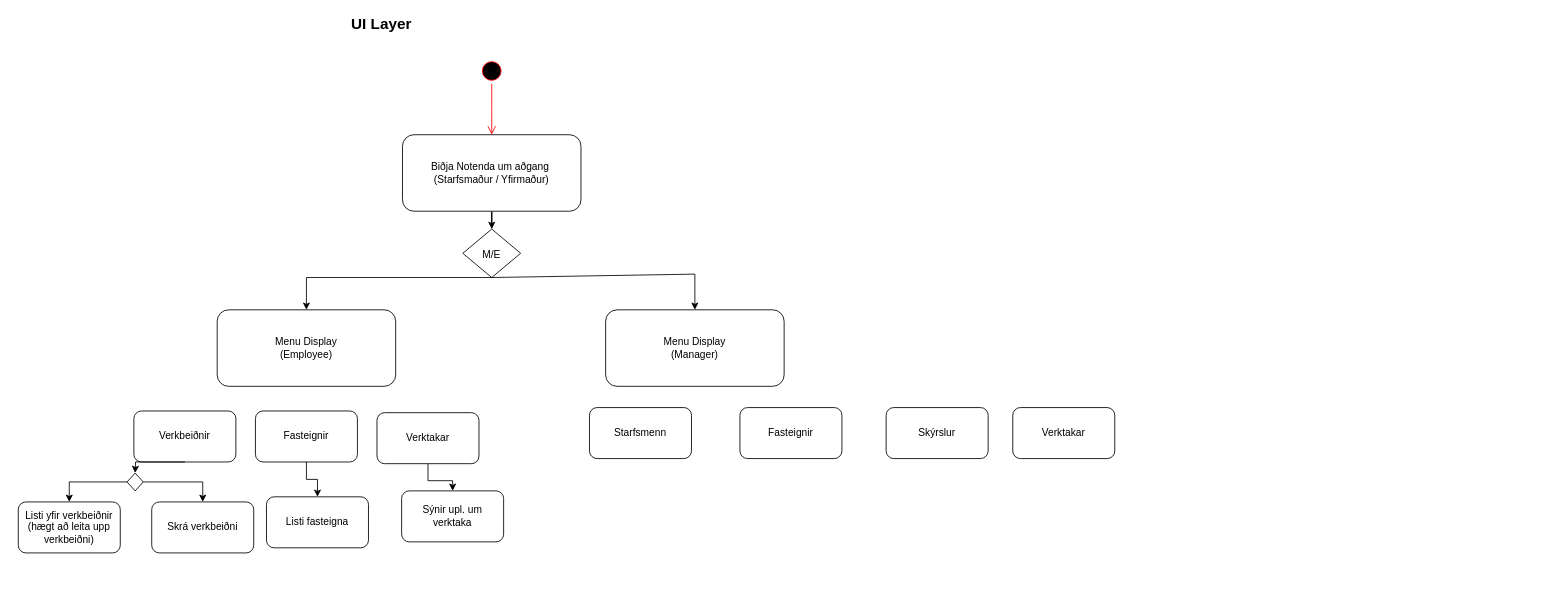
Earlier version of the draw.io diagram design/rit/Untitled Diagram.drawio (Sesslja/Verklegtnamskeid-1). Source tidied: cells renumbered, new cells numbered last; positions are measured from the earlier drawing's top-left corner, leaving out a move shared by most shapes. Both pictures are drawn from the tidied source at 85%, with x=0, y=0 at pixel (18, 15).
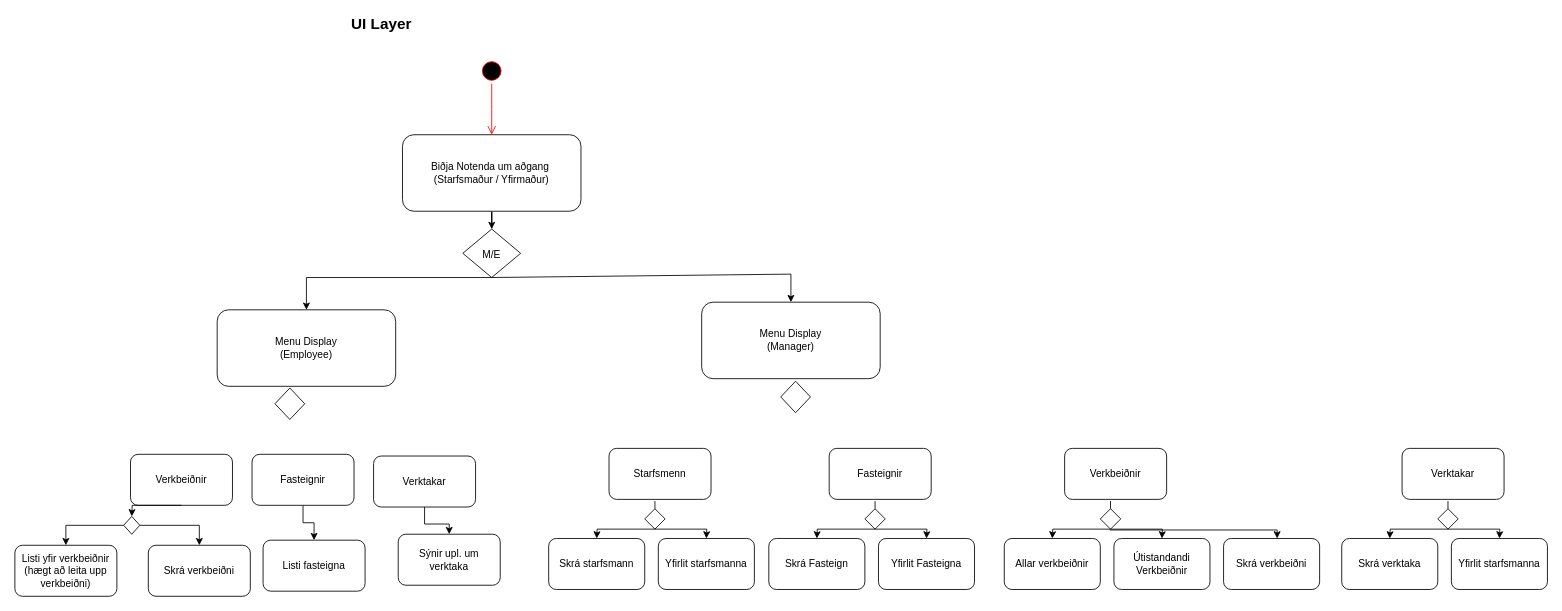
The same diagram, later.

Unchanged cells that the change refers to:
```xml
<mxCell id="8" value="&lt;font style=&quot;font-size: 12px&quot;&gt;M/E&lt;/font&gt;" style="rhombus;whiteSpace=wrap;html=1;fontSize=18;" parent="1" vertex="1">
  <mxGeometry x="523" y="251" width="68" height="57" as="geometry" />
</mxCell>
```

Change to the diagram source:
```diff
@@
     <mxCell id="10" value="Menu Display&lt;br&gt;(Manager)" style="rounded=1;whiteSpace=wrap;html=1;" parent="1" vertex="1">
-      <mxGeometry x="691" y="346" width="210" height="90" as="geometry" />
+      <mxGeometry x="804" y="337" width="210" height="90" as="geometry" />
     </mxCell>
     <mxCell id="11" style="endArrow=classic;html=1;rounded=0;fontSize=12;entryX=0.5;entryY=0;entryDx=0;entryDy=0;exitX=0.5;exitY=1;exitDx=0;exitDy=0;" parent="1" edge="1" source="8" target="10">
       <mxGeometry relative="1" as="geometry">
         <Array as="points">
-          <mxPoint x="796" y="304" />
+          <mxPoint x="909" y="304" />
         </Array>
       </mxGeometry>
     </mxCell>
     <mxCell id="12" value="Verkbeiðnir" style="rounded=1;whiteSpace=wrap;html=1;fontSize=12;" parent="1" vertex="1">
-      <mxGeometry x="136" y="465" width="120" height="60" as="geometry" />
+      <mxGeometry x="132" y="516" width="120" height="60" as="geometry" />
     </mxCell>
     <mxCell id="13" value="Listi fasteigna" style="rounded=1;whiteSpace=wrap;html=1;fontSize=12;" parent="1" vertex="1">
-      <mxGeometry x="292" y="566" width="120" height="60" as="geometry" />
+      <mxGeometry x="288" y="617" width="120" height="60" as="geometry" />
     </mxCell>
@@
     <mxCell id="15" value="Verktakar" style="rounded=1;whiteSpace=wrap;html=1;fontSize=12;" parent="1" vertex="1">
-      <mxGeometry x="422" y="467" width="120" height="60" as="geometry" />
+      <mxGeometry x="418" y="518" width="120" height="60" as="geometry" />
     </mxCell>
     <mxCell id="16" value="Listi yfir verkbeiðnir&lt;br&gt;(hægt að leita upp verkbeiðni)" style="rounded=1;whiteSpace=wrap;html=1;fontSize=12;" parent="1" vertex="1">
-      <mxGeometry y="572" width="120" height="60" as="geometry" />
+      <mxGeometry x="-4" y="623" width="120" height="60" as="geometry" />
     </mxCell>
@@
     <mxCell id="18" value="Fasteignir" style="rounded=1;whiteSpace=wrap;html=1;fontSize=12;" parent="1" vertex="1">
-      <mxGeometry x="279" y="465" width="120" height="60" as="geometry" />
+      <mxGeometry x="275" y="516" width="120" height="60" as="geometry" />
     </mxCell>
     <mxCell id="19" value="Skrá verkbeiðni" style="rounded=1;whiteSpace=wrap;html=1;fontSize=12;" parent="1" vertex="1">
-      <mxGeometry x="157" y="572" width="120" height="60" as="geometry" />
+      <mxGeometry x="153" y="623" width="120" height="60" as="geometry" />
     </mxCell>
     <mxCell id="20" value="Sýnir upl. um verktaka" style="rounded=1;whiteSpace=wrap;html=1;fontSize=12;" parent="1" vertex="1">
-      <mxGeometry x="451" y="559" width="120" height="60" as="geometry" />
+      <mxGeometry x="447" y="610" width="120" height="60" as="geometry" />
     </mxCell>
@@
     <mxCell id="23" style="rhombus;whiteSpace=wrap;html=1;fontSize=12;" parent="1" vertex="1">
-      <mxGeometry x="128" y="538" width="19" height="21" as="geometry" />
+      <mxGeometry x="124" y="589" width="19" height="21" as="geometry" />
     </mxCell>
     <mxCell id="24" style="endArrow=classic;html=1;rounded=0;fontSize=12;exitX=0.5;exitY=1;exitDx=0;exitDy=0;entryX=0.5;entryY=0;entryDx=0;entryDy=0;" parent="1" edge="1" source="12" target="23">
       <mxGeometry relative="1" as="geometry">
         <Array as="points">
-          <mxPoint x="138" y="525" />
+          <mxPoint x="134" y="576" />
         </Array>
       </mxGeometry>
     </mxCell>
     <mxCell id="25" value="Starfsmenn" style="rounded=1;whiteSpace=wrap;html=1;fontSize=12;" parent="1" vertex="1">
-      <mxGeometry x="672" y="461" width="120" height="60" as="geometry" />
+      <mxGeometry x="695" y="509" width="120" height="60" as="geometry" />
     </mxCell>
+    <mxCell id="29" style="rhombus;whiteSpace=wrap;html=1;fontSize=12;" parent="1" vertex="1">
+      <mxGeometry x="737" y="580" width="24" height="24" as="geometry" />
+    </mxCell>
+    <mxCell id="30" value="Skrá starfsmann" style="rounded=1;whiteSpace=wrap;html=1;fontSize=12;" parent="1" vertex="1">
+      <mxGeometry x="624" y="615" width="113" height="60" as="geometry" />
+    </mxCell>
+    <mxCell id="31" value="Yfirlit starfsmanna" style="rounded=1;whiteSpace=wrap;html=1;fontSize=12;" parent="1" vertex="1">
+      <mxGeometry x="753" y="615" width="113" height="60" as="geometry" />
+    </mxCell>
+    <mxCell id="32" style="endArrow=none;html=1;rounded=0;fontSize=12;exitX=0.5;exitY=0;exitDx=0;exitDy=0;" parent="1" edge="1" source="29">
+      <mxGeometry relative="1" as="geometry">
+        <mxPoint x="749" y="571" as="targetPoint" />
+      </mxGeometry>
+    </mxCell>
+    <mxCell id="33" style="endArrow=classic;html=1;rounded=0;fontSize=12;exitX=0.5;exitY=1;exitDx=0;exitDy=0;entryX=0.5;entryY=0;entryDx=0;entryDy=0;" parent="1" edge="1" source="29" target="31">
+      <mxGeometry relative="1" as="geometry">
+        <Array as="points">
+          <mxPoint x="810" y="604" />
+        </Array>
+      </mxGeometry>
+    </mxCell>
+    <mxCell id="34" style="endArrow=classic;html=1;rounded=0;fontSize=12;entryX=0.5;entryY=0;entryDx=0;entryDy=0;exitX=0.5;exitY=1;exitDx=0;exitDy=0;" parent="1" edge="1" source="29" target="30">
+      <mxGeometry relative="1" as="geometry">
+        <Array as="points">
+          <mxPoint x="681" y="604" />
+        </Array>
+      </mxGeometry>
+    </mxCell>
+    <mxCell id="35" style="rhombus;whiteSpace=wrap;html=1;fontSize=12;" parent="1" vertex="1">
+      <mxGeometry x="302" y="438" width="35" height="37" as="geometry" />
+    </mxCell>
+    <mxCell id="36" style="rhombus;whiteSpace=wrap;html=1;fontSize=12;" parent="1" vertex="1">
+      <mxGeometry x="897" y="430" width="35" height="37" as="geometry" />
+    </mxCell>
-    <mxCell id="26" value="Fasteignir&lt;br&gt;" style="rounded=1;whiteSpace=wrap;html=1;fontSize=12;" parent="1" vertex="1">
-      <mxGeometry x="849" y="461" width="120" height="60" as="geometry" />
+    <mxCell id="26" value="Fasteignir" style="rounded=1;whiteSpace=wrap;html=1;fontSize=12;" parent="1" vertex="1">
+      <mxGeometry x="954" y="509" width="120" height="60" as="geometry" />
     </mxCell>
-    <mxCell id="27" value="Skýrslur" style="rounded=1;whiteSpace=wrap;html=1;fontSize=12;" parent="1" vertex="1">
-      <mxGeometry x="1021" y="461" width="120" height="60" as="geometry" />
-    </mxCell>
+    <mxCell id="37" style="rhombus;whiteSpace=wrap;html=1;fontSize=12;" parent="1" vertex="1">
+      <mxGeometry x="996" y="580" width="24" height="24" as="geometry" />
+    </mxCell>
+    <mxCell id="38" value="Skrá Fasteign" style="rounded=1;whiteSpace=wrap;html=1;fontSize=12;" parent="1" vertex="1">
+      <mxGeometry x="883" y="615" width="113" height="60" as="geometry" />
+    </mxCell>
+    <mxCell id="39" value="Yfirlit Fasteigna" style="rounded=1;whiteSpace=wrap;html=1;fontSize=12;" parent="1" vertex="1">
+      <mxGeometry x="1012" y="615" width="113" height="60" as="geometry" />
+    </mxCell>
+    <mxCell id="40" style="endArrow=none;html=1;rounded=0;fontSize=12;exitX=0.5;exitY=0;exitDx=0;exitDy=0;" parent="1" edge="1" source="37">
+      <mxGeometry relative="1" as="geometry">
+        <mxPoint x="1008" y="571" as="targetPoint" />
+      </mxGeometry>
+    </mxCell>
+    <mxCell id="41" style="endArrow=classic;html=1;rounded=0;fontSize=12;exitX=0.5;exitY=1;exitDx=0;exitDy=0;entryX=0.5;entryY=0;entryDx=0;entryDy=0;" parent="1" edge="1" source="37" target="39">
+      <mxGeometry relative="1" as="geometry">
+        <Array as="points">
+          <mxPoint x="1069" y="604" />
+        </Array>
+      </mxGeometry>
+    </mxCell>
+    <mxCell id="42" style="endArrow=classic;html=1;rounded=0;fontSize=12;entryX=0.5;entryY=0;entryDx=0;entryDy=0;exitX=0.5;exitY=1;exitDx=0;exitDy=0;" parent="1" edge="1" source="37" target="38">
+      <mxGeometry relative="1" as="geometry">
+        <Array as="points">
+          <mxPoint x="940" y="604" />
+        </Array>
+      </mxGeometry>
+    </mxCell>
+    <mxCell id="43" value="Verkbeiðnir" style="rounded=1;whiteSpace=wrap;html=1;fontSize=12;" parent="1" vertex="1">
+      <mxGeometry x="1231" y="509" width="120" height="60" as="geometry" />
+    </mxCell>
+    <mxCell id="44" style="rhombus;whiteSpace=wrap;html=1;fontSize=12;" parent="1" vertex="1">
+      <mxGeometry x="1273" y="580" width="24" height="24" as="geometry" />
+    </mxCell>
+    <mxCell id="45" value="Allar verkbeiðnir" style="rounded=1;whiteSpace=wrap;html=1;fontSize=12;" parent="1" vertex="1">
+      <mxGeometry x="1160" y="615" width="113" height="60" as="geometry" />
+    </mxCell>
+    <mxCell id="46" value="Útistandandi Verkbeiðnir" style="rounded=1;whiteSpace=wrap;html=1;fontSize=12;" parent="1" vertex="1">
+      <mxGeometry x="1289" y="615" width="113" height="60" as="geometry" />
+    </mxCell>
+    <mxCell id="47" style="endArrow=none;html=1;rounded=0;fontSize=12;exitX=0.5;exitY=0;exitDx=0;exitDy=0;" parent="1" edge="1" source="44">
+      <mxGeometry relative="1" as="geometry">
+        <mxPoint x="1285" y="571" as="targetPoint" />
+      </mxGeometry>
+    </mxCell>
+    <mxCell id="48" style="endArrow=classic;html=1;rounded=0;fontSize=12;exitX=0.5;exitY=1;exitDx=0;exitDy=0;entryX=0.5;entryY=0;entryDx=0;entryDy=0;" parent="1" edge="1" source="44" target="46">
+      <mxGeometry relative="1" as="geometry">
+        <Array as="points">
+          <mxPoint x="1346" y="604" />
+        </Array>
+      </mxGeometry>
+    </mxCell>
+    <mxCell id="49" style="endArrow=classic;html=1;rounded=0;fontSize=12;entryX=0.5;entryY=0;entryDx=0;entryDy=0;exitX=0.5;exitY=1;exitDx=0;exitDy=0;" parent="1" edge="1" source="44" target="45">
+      <mxGeometry relative="1" as="geometry">
+        <Array as="points">
+          <mxPoint x="1217" y="604" />
+        </Array>
+      </mxGeometry>
+    </mxCell>
+    <mxCell id="50" style="endArrow=classic;html=1;rounded=0;fontSize=12;entryX=0.558;entryY=0;entryDx=0;entryDy=0;entryPerimeter=0;" parent="1" edge="1" target="51">
+      <mxGeometry relative="1" as="geometry">
+        <mxPoint x="1284" y="605" as="sourcePoint" />
+        <Array as="points">
+          <mxPoint x="1481" y="605" />
+        </Array>
+      </mxGeometry>
+    </mxCell>
+    <mxCell id="51" value="Skrá verkbeiðni" style="rounded=1;whiteSpace=wrap;html=1;fontSize=12;" parent="1" vertex="1">
+      <mxGeometry x="1418" y="615" width="113" height="60" as="geometry" />
+    </mxCell>
     <mxCell id="28" value="Verktakar" style="rounded=1;whiteSpace=wrap;html=1;fontSize=12;" parent="1" vertex="1">
-      <mxGeometry x="1170" y="461" width="120" height="60" as="geometry" />
+      <mxGeometry x="1628" y="509" width="120" height="60" as="geometry" />
     </mxCell>
+    <mxCell id="52" style="rhombus;whiteSpace=wrap;html=1;fontSize=12;" parent="1" vertex="1">
+      <mxGeometry x="1670" y="580" width="24" height="24" as="geometry" />
+    </mxCell>
+    <mxCell id="53" value="Skrá verktaka" style="rounded=1;whiteSpace=wrap;html=1;fontSize=12;" parent="1" vertex="1">
+      <mxGeometry x="1557" y="615" width="113" height="60" as="geometry" />
+    </mxCell>
+    <mxCell id="54" value="Yfirlit starfsmanna" style="rounded=1;whiteSpace=wrap;html=1;fontSize=12;" parent="1" vertex="1">
+      <mxGeometry x="1686" y="615" width="113" height="60" as="geometry" />
+    </mxCell>
+    <mxCell id="55" style="endArrow=none;html=1;rounded=0;fontSize=12;exitX=0.5;exitY=0;exitDx=0;exitDy=0;" parent="1" edge="1" source="52">
+      <mxGeometry relative="1" as="geometry">
+        <mxPoint x="1682" y="571" as="targetPoint" />
+      </mxGeometry>
+    </mxCell>
+    <mxCell id="56" style="endArrow=classic;html=1;rounded=0;fontSize=12;exitX=0.5;exitY=1;exitDx=0;exitDy=0;entryX=0.5;entryY=0;entryDx=0;entryDy=0;" parent="1" edge="1" source="52" target="54">
+      <mxGeometry relative="1" as="geometry">
+        <Array as="points">
+          <mxPoint x="1743" y="604" />
+        </Array>
+      </mxGeometry>
+    </mxCell>
+    <mxCell id="57" style="endArrow=classic;html=1;rounded=0;fontSize=12;entryX=0.5;entryY=0;entryDx=0;entryDy=0;exitX=0.5;exitY=1;exitDx=0;exitDy=0;" parent="1" edge="1" source="52" target="53">
+      <mxGeometry relative="1" as="geometry">
+        <Array as="points">
+          <mxPoint x="1614" y="604" />
+        </Array>
+      </mxGeometry>
+    </mxCell>
```
